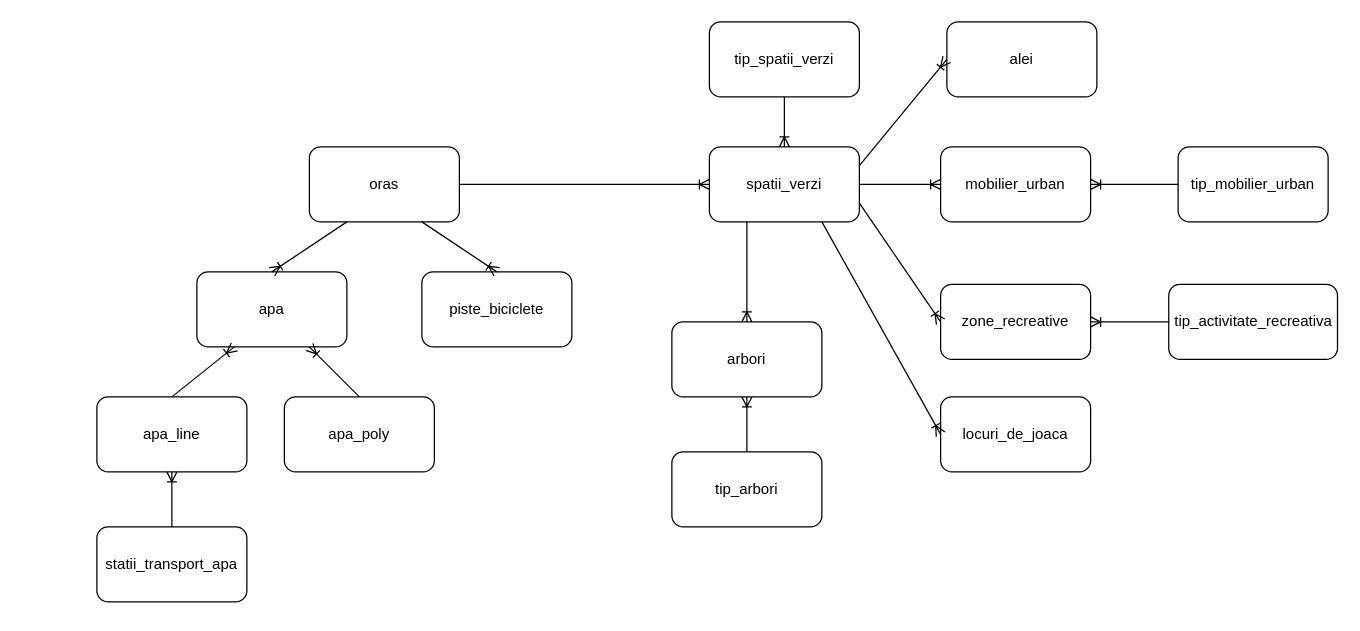
Above: Diagramă fără titlu.drawio in AdelaLukacs/examen_sem_II_lukacs_adela (draw.io), before the change. Source tidied: cells renumbered, new cells numbered last; positions are measured from the earlier drawing's top-left corner, leaving out a move shared by most shapes. Both pictures are drawn from the tidied source at 125%, with x=0, y=0 at pixel (96, 21).
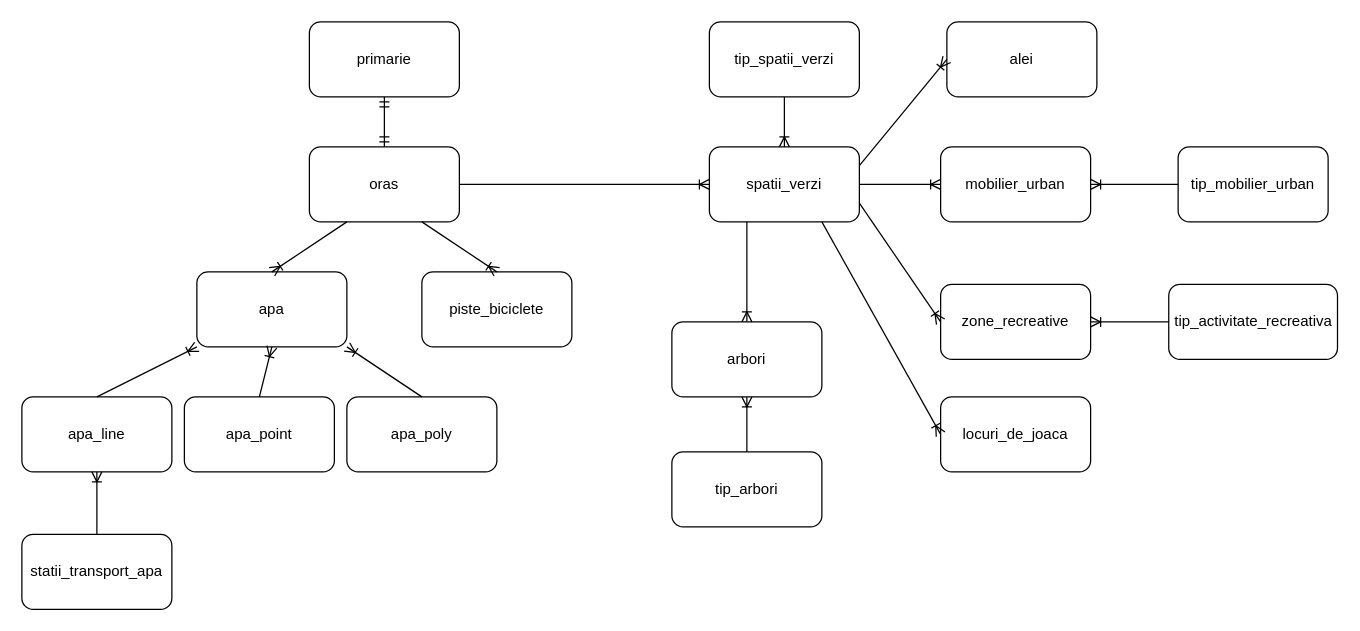
The same page after the edit.

The change refers to these unchanged cells:
```xml
<mxCell id="2" value="oras" style="rounded=1;whiteSpace=wrap;html=1;" parent="1" vertex="1">
  <mxGeometry x="170" y="100" width="120" height="60" as="geometry" />
</mxCell>
<mxCell id="7" value="apa" style="rounded=1;whiteSpace=wrap;html=1;" parent="1" vertex="1">
  <mxGeometry x="80" y="200" width="120" height="60" as="geometry" />
</mxCell>
```

Diff of the diagram source:
```diff
@@
     <mxCell id="9" value="apa_line" style="rounded=1;whiteSpace=wrap;html=1;" parent="1" vertex="1">
-      <mxGeometry y="300" width="120" height="60" as="geometry" />
+      <mxGeometry x="-60" y="300" width="120" height="60" as="geometry" />
     </mxCell>
     <mxCell id="10" value="apa_poly" style="rounded=1;whiteSpace=wrap;html=1;" parent="1" vertex="1">
-      <mxGeometry x="150" y="300" width="120" height="60" as="geometry" />
+      <mxGeometry x="200" y="300" width="120" height="60" as="geometry" />
     </mxCell>
-    <mxCell id="11" style="fontSize=12;html=1;endArrow=ERoneToMany;rounded=0;exitX=0.5;exitY=0;exitDx=0;exitDy=0;entryX=0.25;entryY=1;entryDx=0;entryDy=0;" parent="1" edge="1" source="9" target="7">
+    <mxCell id="11" style="fontSize=12;html=1;endArrow=ERoneToMany;rounded=0;exitX=0.5;exitY=0;exitDx=0;exitDy=0;entryX=0;entryY=1;entryDx=0;entryDy=0;" parent="1" edge="1" source="9" target="7">
       <mxGeometry relative="1" as="geometry" />
     </mxCell>
-    <mxCell id="12" style="fontSize=12;html=1;endArrow=ERoneToMany;rounded=0;exitX=0.5;exitY=0;exitDx=0;exitDy=0;entryX=0.75;entryY=1;entryDx=0;entryDy=0;" parent="1" edge="1" source="10" target="7">
+    <mxCell id="12" style="fontSize=12;html=1;endArrow=ERoneToMany;rounded=0;exitX=0.5;exitY=0;exitDx=0;exitDy=0;entryX=1;entryY=1;entryDx=0;entryDy=0;" parent="1" edge="1" source="10" target="7">
       <mxGeometry relative="1" as="geometry" />
     </mxCell>
     <mxCell id="13" value="statii_transport_apa" style="rounded=1;whiteSpace=wrap;html=1;" parent="1" vertex="1">
-      <mxGeometry y="404" width="120" height="60" as="geometry" />
+      <mxGeometry x="-60" y="410" width="120" height="60" as="geometry" />
     </mxCell>
@@
+    <mxCell id="33" value="primarie" style="rounded=1;whiteSpace=wrap;html=1;" parent="1" vertex="1">
+      <mxGeometry x="170" width="120" height="60" as="geometry" />
+    </mxCell>
+    <mxCell id="34" style="fontSize=12;html=1;endArrow=ERmandOne;startArrow=ERmandOne;rounded=0;exitX=0.5;exitY=1;exitDx=0;exitDy=0;entryX=0.5;entryY=0;entryDx=0;entryDy=0;" parent="1" edge="1" source="33" target="2">
+      <mxGeometry relative="1" as="geometry" />
+    </mxCell>
+    <mxCell id="35" value="apa_point" style="rounded=1;whiteSpace=wrap;html=1;" parent="1" vertex="1">
+      <mxGeometry x="70" y="300" width="120" height="60" as="geometry" />
+    </mxCell>
+    <mxCell id="36" style="fontSize=12;html=1;endArrow=ERoneToMany;rounded=0;exitX=0.5;exitY=0;exitDx=0;exitDy=0;entryX=0.5;entryY=1;entryDx=0;entryDy=0;" parent="1" edge="1" source="35" target="7">
+      <mxGeometry relative="1" as="geometry" />
+    </mxCell>
```
